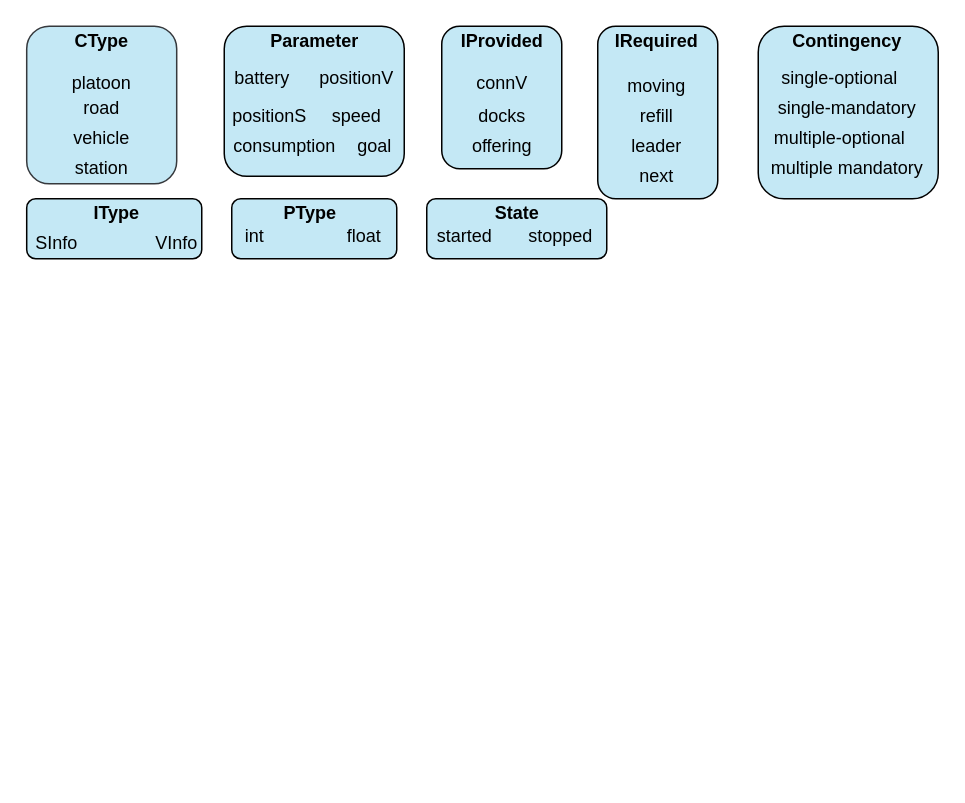
This is elem.drawio from jpgros/site-web, a draw.io file, before an edit. Source tidied: cells renumbered, new cells numbered last; positions are measured from the earlier drawing's top-left corner, leaving out a move shared by most shapes. Both pictures are drawn from the tidied source at 150%, with x=0, y=0 at pixel (26, 26).
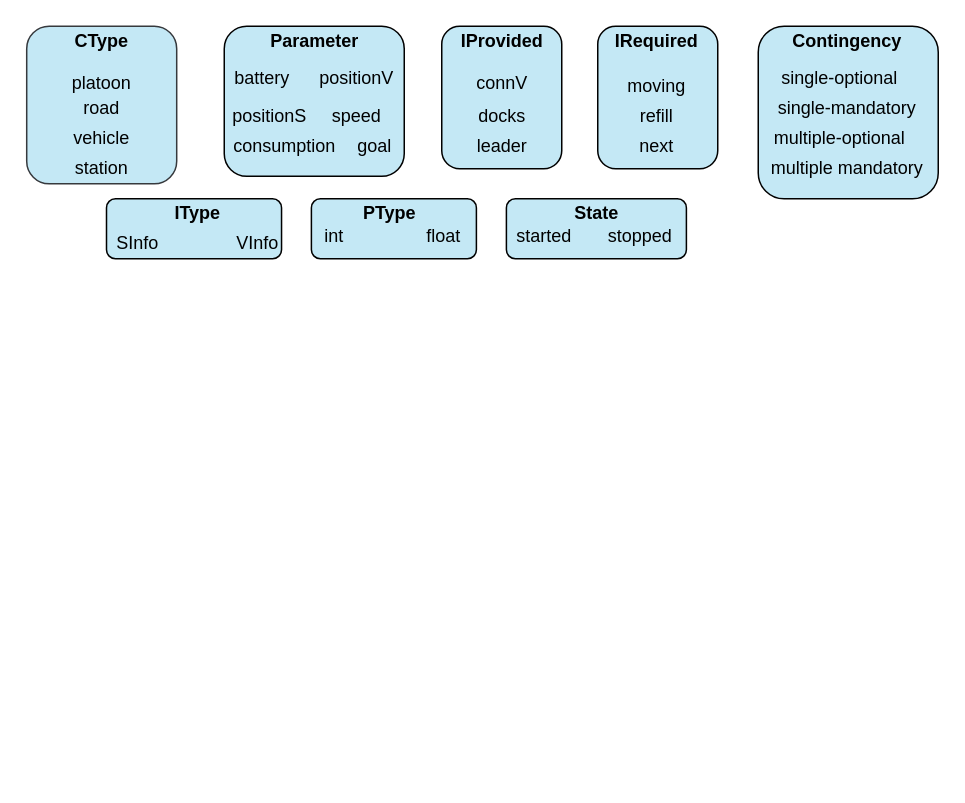
After the change.

What changed in the source:
```diff
@@
     <mxCell id="2" style="rounded=1;whiteSpace=wrap;html=1;fillColor=#C4E8F5;" parent="1" vertex="1">
-      <mxGeometry x="137" y="115" width="110" height="40" as="geometry" />
+      <mxGeometry x="190.1" y="115" width="110" height="40" as="geometry" />
     </mxCell>
     <mxCell id="3" style="rounded=1;whiteSpace=wrap;html=1;fillColor=#C4E8F5;" parent="1" vertex="1">
-      <mxGeometry x="0.3" y="115" width="116.7" height="40" as="geometry" />
+      <mxGeometry x="53.5" y="115" width="116.7" height="40" as="geometry" />
     </mxCell>
@@
     <mxCell id="6" style="rounded=1;whiteSpace=wrap;html=1;fillColor=#C4E8F5;" parent="1" vertex="1">
-      <mxGeometry x="381" width="80" height="115" as="geometry" />
+      <mxGeometry x="381" width="80" height="95" as="geometry" />
     </mxCell>
@@
     <mxCell id="14" value="VInfo" style="text;html=1;align=center;verticalAlign=middle;" parent="1" vertex="1">
-      <mxGeometry x="80.3" y="135" width="40" height="20" as="geometry" />
+      <mxGeometry x="133.5" y="135" width="40" height="20" as="geometry" />
     </mxCell>
     <mxCell id="15" value="SInfo" style="text;html=1;align=center;verticalAlign=middle;" parent="1" vertex="1">
-      <mxGeometry x="0.3" y="135" width="40" height="20" as="geometry" />
+      <mxGeometry x="53.5" y="135" width="40" height="20" as="geometry" />
     </mxCell>
     <mxCell id="16" value="int" style="text;html=1;align=center;verticalAlign=middle;" parent="1" vertex="1">
-      <mxGeometry x="137" y="130" width="30" height="20" as="geometry" />
+      <mxGeometry x="190.1" y="130" width="30" height="20" as="geometry" />
     </mxCell>
     <mxCell id="17" value="float" style="text;html=1;align=center;verticalAlign=middle;" parent="1" vertex="1">
-      <mxGeometry x="205" y="130" width="40" height="20" as="geometry" />
+      <mxGeometry x="258.1" y="130" width="40" height="20" as="geometry" />
     </mxCell>
@@
     <mxCell id="29" value="&lt;b&gt;IType&lt;/b&gt;" style="text;html=1;align=center;verticalAlign=middle;" parent="1" vertex="1">
-      <mxGeometry x="35.3" y="115" width="50" height="20" as="geometry" />
+      <mxGeometry x="88.5" y="115" width="50" height="20" as="geometry" />
     </mxCell>
     <mxCell id="30" value="&lt;b&gt;PType&lt;/b&gt;" style="text;html=1;align=center;verticalAlign=middle;" parent="1" vertex="1">
-      <mxGeometry x="163.7" y="115" width="50" height="20" as="geometry" />
+      <mxGeometry x="216.8" y="115" width="50" height="20" as="geometry" />
     </mxCell>
     <mxCell id="31" style="rounded=1;whiteSpace=wrap;html=1;fillColor=#C4E8F5;" parent="1" vertex="1">
-      <mxGeometry x="267" y="115" width="120" height="40" as="geometry" />
+      <mxGeometry x="320.1" y="115" width="120" height="40" as="geometry" />
     </mxCell>
     <mxCell id="32" value="&lt;font style=&quot;font-size: 12px&quot;&gt;&lt;b&gt;State&lt;/b&gt;&lt;/font&gt;" style="text;html=1;align=center;verticalAlign=middle;" parent="1" vertex="1">
-      <mxGeometry x="307" y="115" width="40" height="20" as="geometry" />
+      <mxGeometry x="360.1" y="115" width="40" height="20" as="geometry" />
     </mxCell>
@@
     <mxCell id="37" value="started" style="text;html=1;align=center;verticalAlign=middle;" parent="1" vertex="1">
-      <mxGeometry x="267" y="130" width="50" height="20" as="geometry" />
+      <mxGeometry x="320.1" y="130" width="50" height="20" as="geometry" />
     </mxCell>
     <mxCell id="38" value="stopped" style="text;html=1;align=center;verticalAlign=middle;" parent="1" vertex="1">
-      <mxGeometry x="325.8" y="130" width="60" height="20" as="geometry" />
+      <mxGeometry x="378.9" y="130" width="60" height="20" as="geometry" />
     </mxCell>
@@
     <mxCell id="41" value="&lt;div&gt;next&lt;/div&gt;" style="text;html=1;align=center;verticalAlign=middle;" parent="1" vertex="1">
-      <mxGeometry x="400.1" y="90" width="40" height="20" as="geometry" />
+      <mxGeometry x="400.1" y="70" width="40" height="20" as="geometry" />
     </mxCell>
     <mxCell id="42" value="leader" style="text;html=1;align=center;verticalAlign=middle;" parent="1" vertex="1">
-      <mxGeometry x="395.1" y="70" width="50" height="20" as="geometry" />
+      <mxGeometry x="292" y="70" width="50" height="20" as="geometry" />
     </mxCell>
@@
-    <mxCell id="45" value="offering" style="text;html=1;align=center;verticalAlign=middle;" parent="1" vertex="1">
-      <mxGeometry x="287" y="70" width="60" height="20" as="geometry" />
-    </mxCell>
```
